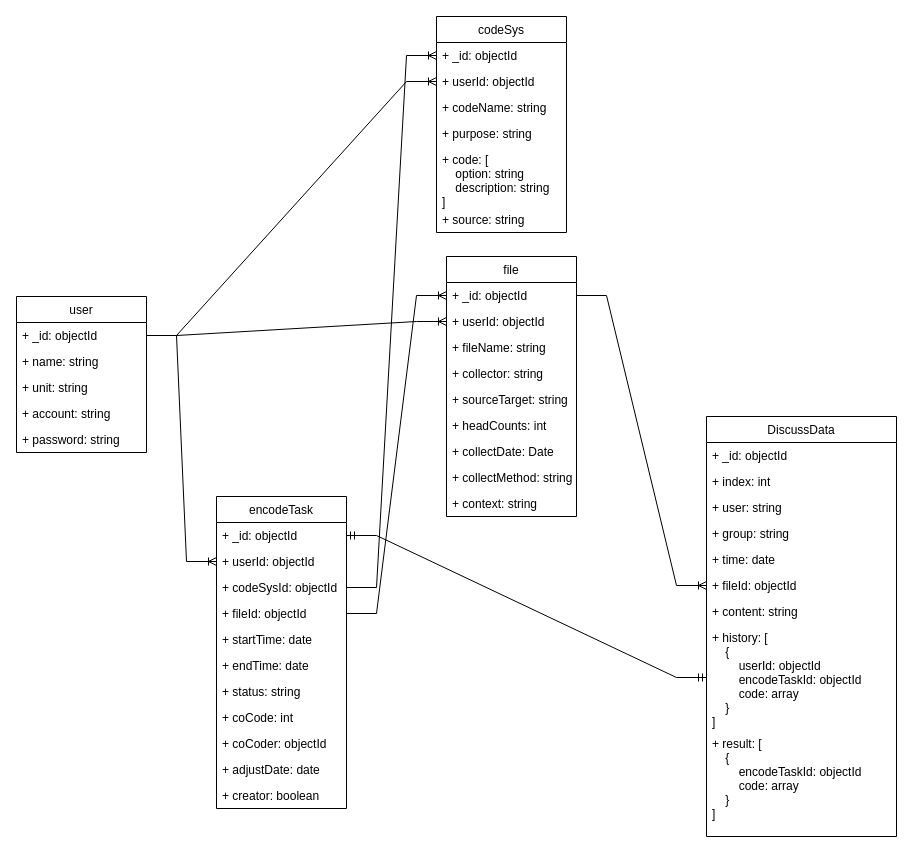
Zeng9898/argument-platform keeps this draw.io diagram as NLP.drawio. Above is the earlier version. Source tidied: cells renumbered, new cells numbered last; positions are measured from the earlier drawing's top-left corner, leaving out a move shared by most shapes. Both pictures are drawn from the tidied source at 100%, with x=0, y=0 at pixel (16, 16).
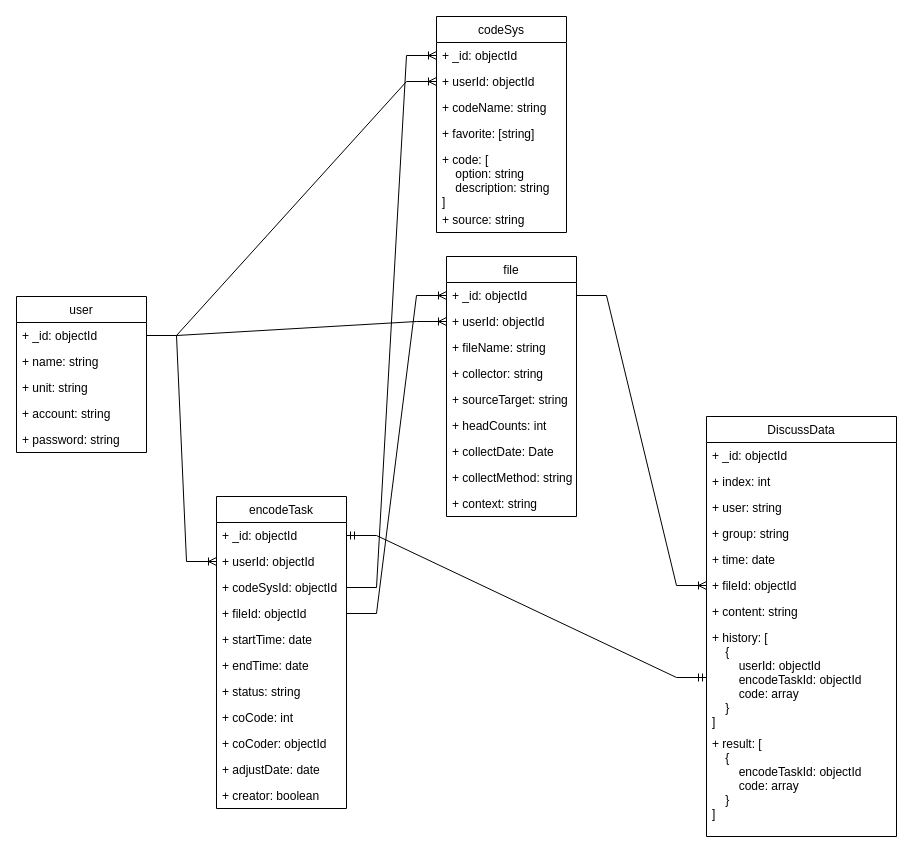
The same diagram, later.

Commit message (it also covers changes not shown here):
update find favorite codesystem api 2022/05/26

The change refers to these unchanged cells:
```xml
<mxCell id="19" value="codeSys" style="swimlane;fontStyle=0;horizontal=1;startSize=26;fillColor=none;" parent="1" vertex="1">
  <mxGeometry x="420" width="130" height="216" as="geometry" />
</mxCell>
```

What changed in the source:
```diff
@@
-    <mxCell id="23" value="+ purpose: string" style="text;strokeColor=none;fillColor=none;align=left;verticalAlign=top;spacingLeft=4;spacingRight=4;overflow=hidden;" parent="19" vertex="1">
+    <mxCell id="23" value="+ favorite: [string]" style="text;strokeColor=none;fillColor=none;align=left;verticalAlign=top;spacingLeft=4;spacingRight=4;overflow=hidden;" parent="19" vertex="1">
       <mxGeometry y="104" width="130" height="26" as="geometry" />
     </mxCell>
```
